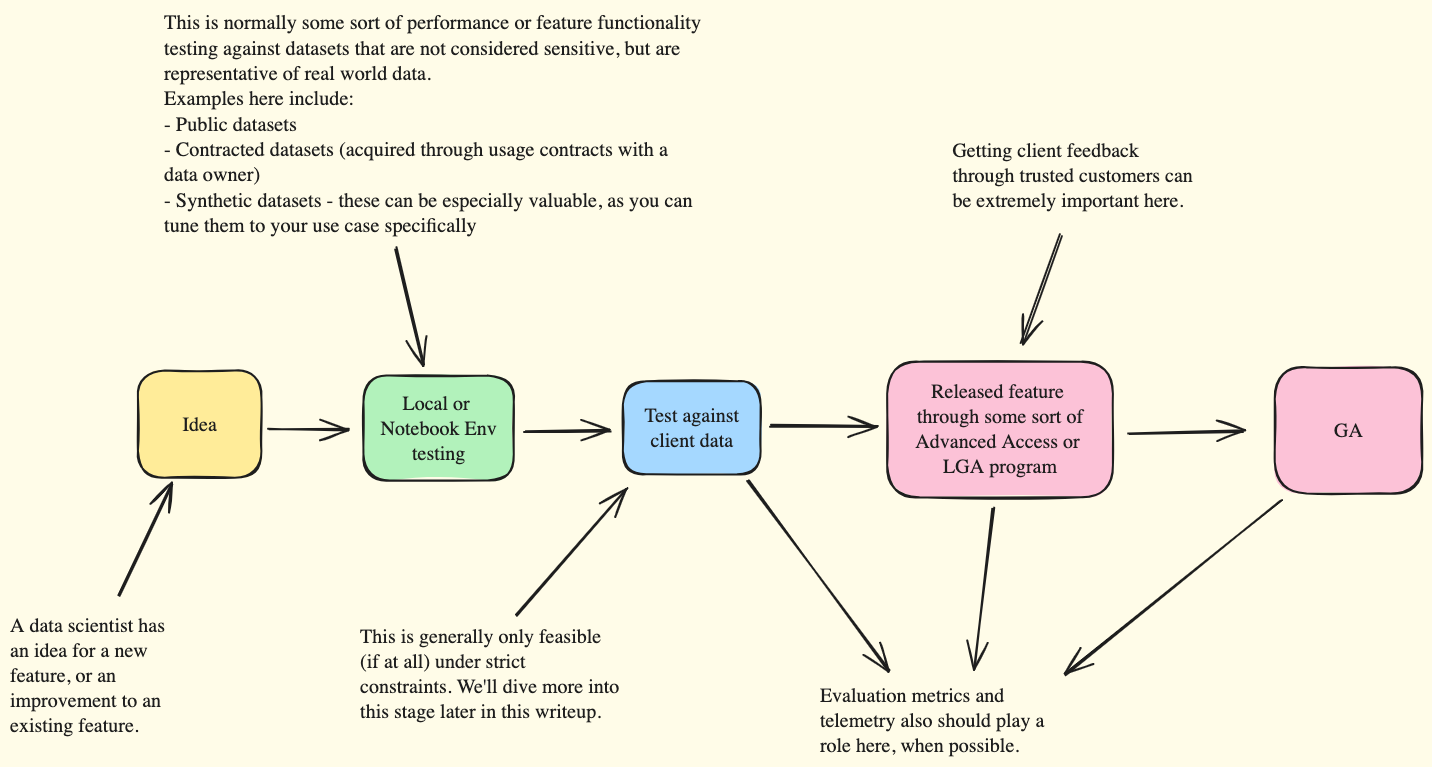
impshell/blog keeps this Excalidraw diagram as mlops/lifecycle.excalidraw.png. Above is the earlier version. Source tidied: one line per element, renumbered; positions are measured from the earlier drawing's top-left corner, leaving out a move shared by most shapes.
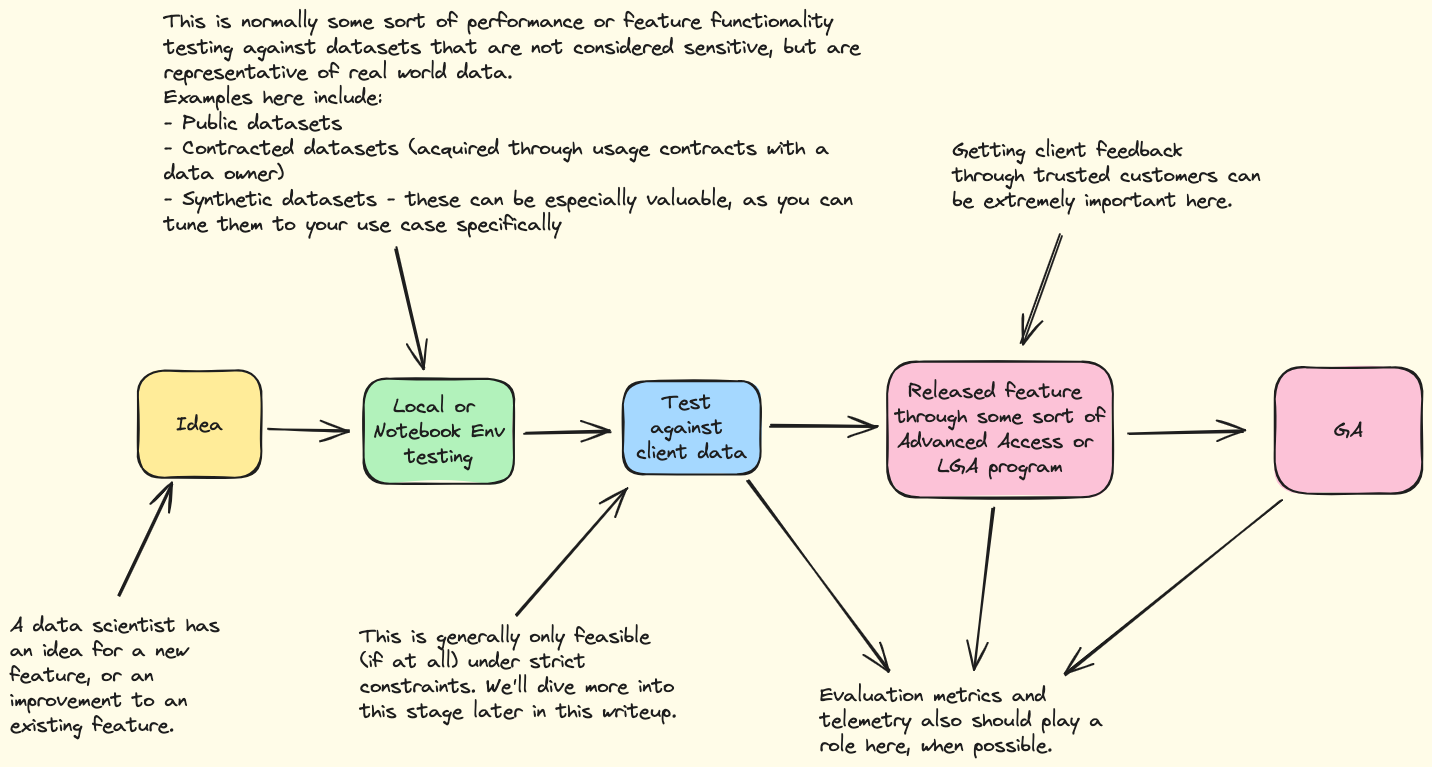
The same file after the commit.

Change to the diagram source:
```diff
@@ -1,26 +1,26 @@
 {"id": 0, "type": "rectangle", "strokeColor": "#1e1e1e", "backgroundColor": "#ffec99", "fillStyle": "solid", "strokeWidth": 2, "roughness": 1, "round": true, "x": 128, "y": 361, "width": 123, "height": 107}
-{"id": 1, "type": "text", "text": "Idea", "strokeColor": "#1e1e1e", "strokeWidth": 2, "roughness": 1, "fontSize": 20, "fontFamily": 5, "textAlign": "center", "verticalAlign": "middle", "inside": 0, "x": 167, "y": 402, "width": 45, "height": 25}
+{"id": 1, "type": "text", "text": "Idea", "strokeColor": "#1e1e1e", "strokeWidth": 2, "roughness": 1, "fontSize": 20, "fontFamily": 1, "textAlign": "center", "verticalAlign": "middle", "inside": 0, "x": 166, "y": 402, "width": 47, "height": 25}
-{"id": 2, "type": "rectangle", "strokeColor": "#1e1e1e", "backgroundColor": "#b2f2bb", "fillStyle": "solid", "strokeWidth": 2, "roughness": 1, "round": true, "x": 353, "y": 366, "width": 150, "height": 105}
+{"id": 2, "type": "rectangle", "strokeColor": "#1e1e1e", "backgroundColor": "#b2f2bb", "fillStyle": "solid", "strokeWidth": 2, "roughness": 1, "round": true, "x": 354, "y": 369, "width": 150, "height": 105}
-{"id": 3, "type": "text", "text": "Local or \nNotebook Env\ntesting", "strokeColor": "#1e1e1e", "backgroundColor": "#b2f2bb", "fillStyle": "solid", "strokeWidth": 2, "roughness": 1, "fontSize": 20, "fontFamily": 5, "textAlign": "center", "verticalAlign": "middle", "inside": 2, "x": 361, "y": 381, "width": 136, "height": 75}
+{"id": 3, "type": "text", "text": "Local or \nNotebook Env\ntesting", "strokeColor": "#1e1e1e", "backgroundColor": "#b2f2bb", "fillStyle": "solid", "strokeWidth": 2, "roughness": 1, "fontSize": 20, "fontFamily": 1, "textAlign": "center", "verticalAlign": "middle", "inside": 2, "x": 363, "y": 384, "width": 132, "height": 75}
-{"id": 4, "type": "arrow", "strokeColor": "#1e1e1e", "backgroundColor": "#b2f2bb", "fillStyle": "solid", "strokeWidth": 2, "roughness": 1, "endArrowhead": "arrow", "round": true, "to": 2, "x": 386, "y": 238, "width": 27, "height": 117, "points": [[0, 0], [27, 117]]}
+{"id": 4, "type": "arrow", "strokeColor": "#1e1e1e", "backgroundColor": "#b2f2bb", "fillStyle": "solid", "strokeWidth": 2, "roughness": 1, "endArrowhead": "arrow", "round": true, "to": 2, "x": 386, "y": 238, "width": 28, "height": 120, "points": [[0, 0], [28, 120]]}
-{"id": 5, "type": "text", "text": "This is normally some sort of performance or feature functionality \ntesting against datasets that are not considered sensitive, but are\nrepresentative of real world data.\nExamples here include:\n- Public datasets\n- Contracted datasets (acquired through usage contracts with a \ndata owner)\n- Synthetic datasets - these can be especially valuable, as you can \ntune them to your use case specifically", "strokeColor": "#1e1e1e", "backgroundColor": "#b2f2bb", "fillStyle": "solid", "strokeWidth": 2, "roughness": 1, "fontSize": 20.26, "fontFamily": 5, "x": 154, "y": 0, "width": 542, "height": 228}
+{"id": 5, "type": "text", "text": "This is normally some sort of performance or feature functionality \ntesting against datasets that are not considered sensitive, but are\nrepresentative of real world data.\nExamples here include:\n- Public datasets\n- Contracted datasets (acquired through usage contracts with a \ndata owner)\n- Synthetic datasets - these can be especially valuable, as you can \ntune them to your use case specifically", "strokeColor": "#1e1e1e", "backgroundColor": "#b2f2bb", "fillStyle": "solid", "strokeWidth": 2, "roughness": 1, "fontSize": 20.26, "fontFamily": 1, "x": 154, "y": 0, "width": 699, "height": 228}
-{"id": 6, "type": "arrow", "strokeColor": "#1e1e1e", "backgroundColor": "#b2f2bb", "fillStyle": "solid", "strokeWidth": 2, "roughness": 1, "endArrowhead": "arrow", "round": true, "from": 0, "to": 2, "x": 259, "y": 418, "width": 79, "height": 1, "points": [[0, 0], [79, 1]]}
+{"id": 6, "type": "arrow", "strokeColor": "#1e1e1e", "backgroundColor": "#b2f2bb", "fillStyle": "solid", "strokeWidth": 2, "roughness": 1, "endArrowhead": "arrow", "round": true, "from": 0, "to": 2, "x": 259, "y": 418, "width": 79, "height": 2, "points": [[0, 0], [79, 2]]}
 {"id": 7, "type": "rectangle", "strokeColor": "#1e1e1e", "backgroundColor": "#a5d8ff", "fillStyle": "solid", "strokeWidth": 2, "roughness": 1, "round": true, "x": 613, "y": 371, "width": 138, "height": 93}
-{"id": 8, "type": "text", "text": "Test against\nclient data", "strokeColor": "#1e1e1e", "backgroundColor": "#a5d8ff", "fillStyle": "solid", "strokeWidth": 2, "roughness": 1, "fontSize": 20, "fontFamily": 5, "textAlign": "center", "verticalAlign": "middle", "inside": 7, "x": 618, "y": 393, "width": 128, "height": 50}
+{"id": 8, "type": "text", "text": "Test \nagainst \nclient data", "strokeColor": "#1e1e1e", "backgroundColor": "#a5d8ff", "fillStyle": "solid", "strokeWidth": 2, "roughness": 1, "fontSize": 20, "fontFamily": 1, "textAlign": "center", "verticalAlign": "middle", "inside": 7, "x": 626, "y": 380, "width": 111, "height": 75}
-{"id": 9, "type": "arrow", "strokeColor": "#1e1e1e", "backgroundColor": "#a5d8ff", "fillStyle": "solid", "strokeWidth": 2, "roughness": 1, "endArrowhead": "arrow", "round": true, "from": 2, "to": 7, "x": 514, "y": 422, "width": 86, "height": 1, "points": [[0, 0], [86, -1]]}
+{"id": 9, "type": "arrow", "strokeColor": "#1e1e1e", "backgroundColor": "#a5d8ff", "fillStyle": "solid", "strokeWidth": 2, "roughness": 1, "endArrowhead": "arrow", "round": true, "from": 2, "to": 7, "x": 515, "y": 423, "width": 86, "height": 2, "points": [[0, 0], [86, -2]]}
 {"id": 10, "type": "arrow", "strokeColor": "#1e1e1e", "backgroundColor": "#a5d8ff", "fillStyle": "solid", "strokeWidth": 2, "roughness": 1, "endArrowhead": "arrow", "round": true, "from": 11, "to": 7, "x": 506, "y": 606, "width": 112, "height": 127, "points": [[0, 0], [112, -127]]}
-{"id": 11, "type": "text", "text": "This is generally only feasible \n(if at all) under strict \nconstraints. We'll dive more into\nthis stage later in this writeup.", "strokeColor": "#1e1e1e", "backgroundColor": "#a5d8ff", "fillStyle": "solid", "strokeWidth": 2, "roughness": 1, "fontSize": 20, "fontFamily": 5, "x": 350, "y": 614, "width": 259, "height": 100}
+{"id": 11, "type": "text", "text": "This is generally only feasible \n(if at all) under strict \nconstraints. We'll dive more into\nthis stage later in this writeup.", "strokeColor": "#1e1e1e", "backgroundColor": "#a5d8ff", "fillStyle": "solid", "strokeWidth": 2, "roughness": 1, "fontSize": 20, "fontFamily": 1, "x": 350, "y": 614, "width": 317, "height": 100}
 {"id": 12, "type": "arrow", "strokeColor": "#1e1e1e", "backgroundColor": "#a5d8ff", "fillStyle": "solid", "strokeWidth": 2, "roughness": 1, "endArrowhead": "arrow", "round": true, "to": 0, "x": 109, "y": 585, "width": 52, "height": 111, "points": [[0, 0], [52, -111]]}
-{"id": 13, "type": "text", "text": "A data scientist has \nan idea for a new \nfeature, or an \nimprovement to an \nexisting feature.", "strokeColor": "#1e1e1e", "backgroundColor": "#a5d8ff", "fillStyle": "solid", "strokeWidth": 2, "roughness": 1, "fontSize": 20, "fontFamily": 5, "x": 0, "y": 603, "width": 160, "height": 125}
+{"id": 13, "type": "text", "text": "A data scientist has \nan idea for a new \nfeature, or an \nimprovement to an \nexisting feature.", "strokeColor": "#1e1e1e", "backgroundColor": "#a5d8ff", "fillStyle": "solid", "strokeWidth": 2, "roughness": 1, "fontSize": 20, "fontFamily": 1, "x": 0, "y": 603, "width": 220, "height": 125}
 {"id": 14, "type": "arrow", "strokeColor": "#1e1e1e", "backgroundColor": "#a5d8ff", "fillStyle": "solid", "strokeWidth": 2, "roughness": 1, "endArrowhead": "arrow", "round": true, "from": 7, "x": 760, "y": 416, "width": 108, "height": 1, "points": [[0, 0], [108, 1]]}
 {"id": 15, "type": "rectangle", "strokeColor": "#1e1e1e", "backgroundColor": "#fcc2d7", "fillStyle": "solid", "strokeWidth": 2, "roughness": 1, "round": true, "x": 877, "y": 352, "width": 226, "height": 136}
-{"id": 16, "type": "text", "text": "Released feature \nthrough some sort of\nAdvanced Access or \nLGA program", "strokeColor": "#1e1e1e", "backgroundColor": "#fcc2d7", "fillStyle": "solid", "strokeWidth": 2, "roughness": 1, "fontSize": 20, "fontFamily": 5, "textAlign": "center", "verticalAlign": "middle", "inside": 15, "x": 884, "y": 369, "width": 212, "height": 100}
+{"id": 16, "type": "text", "text": "Released feature \nthrough some sort of\nAdvanced Access or \nLGA program", "strokeColor": "#1e1e1e", "backgroundColor": "#fcc2d7", "fillStyle": "solid", "strokeWidth": 2, "roughness": 1, "fontSize": 20, "fontFamily": 1, "textAlign": "center", "verticalAlign": "middle", "inside": 15, "x": 885, "y": 369, "width": 210, "height": 100}
 {"id": 17, "type": "arrow", "strokeColor": "#1e1e1e", "backgroundColor": "#fcc2d7", "fillStyle": "solid", "strokeWidth": 2, "roughness": 1, "endArrowhead": "arrow", "round": true, "to": 15, "x": 1050, "y": 225, "width": 39, "height": 108, "points": [[0, 0], [-39, 108]]}
-{"id": 18, "type": "text", "text": "Getting client feedback \nthrough trusted customers can\nbe extremely important here.", "strokeColor": "#1e1e1e", "backgroundColor": "#fcc2d7", "fillStyle": "solid", "strokeWidth": 2, "roughness": 1, "fontSize": 20, "fontFamily": 5, "x": 942, "y": 128, "width": 240, "height": 75}
+{"id": 18, "type": "text", "text": "Getting client feedback \nthrough trusted customers can\nbe extremely important here.", "strokeColor": "#1e1e1e", "backgroundColor": "#fcc2d7", "fillStyle": "solid", "strokeWidth": 2, "roughness": 1, "fontSize": 20, "fontFamily": 1, "x": 942, "y": 128, "width": 308, "height": 75}
-{"id": 19, "type": "text", "text": "Evaluation metrics and \ntelemetry also should play a\nrole here, when possible.", "strokeColor": "#1e1e1e", "backgroundColor": "#fcc2d7", "fillStyle": "solid", "strokeWidth": 2, "roughness": 1, "fontSize": 20, "fontFamily": 5, "x": 810, "y": 673, "width": 224, "height": 75}
+{"id": 19, "type": "text", "text": "Evaluation metrics and \ntelemetry also should play a\nrole here, when possible.", "strokeColor": "#1e1e1e", "backgroundColor": "#fcc2d7", "fillStyle": "solid", "strokeWidth": 2, "roughness": 1, "fontSize": 20, "fontFamily": 1, "x": 810, "y": 673, "width": 283, "height": 75}
 {"id": 20, "type": "arrow", "strokeColor": "#1e1e1e", "backgroundColor": "#fcc2d7", "fillStyle": "solid", "strokeWidth": 2, "roughness": 1, "endArrowhead": "arrow", "round": true, "from": 7, "to": 19, "x": 738, "y": 470, "width": 142, "height": 190, "points": [[0, 0], [142, 190]]}
 {"id": 21, "type": "arrow", "strokeColor": "#1e1e1e", "backgroundColor": "#fcc2d7", "fillStyle": "solid", "strokeWidth": 2, "roughness": 1, "endArrowhead": "arrow", "round": true, "from": 15, "to": 19, "x": 983, "y": 499, "width": 18, "height": 160, "points": [[0, 0], [-18, 160]]}
 {"id": 22, "type": "arrow", "strokeColor": "#1e1e1e", "backgroundColor": "#fcc2d7", "fillStyle": "solid", "strokeWidth": 2, "roughness": 1, "endArrowhead": "arrow", "round": true, "from": 15, "x": 1119, "y": 423, "width": 115, "height": 2, "points": [[0, 0], [115, -2]]}
 {"id": 23, "type": "rectangle", "strokeColor": "#1e1e1e", "backgroundColor": "#fcc2d7", "fillStyle": "solid", "strokeWidth": 2, "roughness": 1, "round": true, "x": 1265, "y": 357, "width": 147, "height": 126}
-{"id": 24, "type": "text", "text": "GA", "strokeColor": "#1e1e1e", "backgroundColor": "#fcc2d7", "fillStyle": "solid", "strokeWidth": 2, "roughness": 1, "fontSize": 20, "fontFamily": 5, "textAlign": "center", "verticalAlign": "middle", "inside": 23, "x": 1324, "y": 408, "width": 29, "height": 25}
+{"id": 24, "type": "text", "text": "GA", "strokeColor": "#1e1e1e", "backgroundColor": "#fcc2d7", "fillStyle": "solid", "strokeWidth": 2, "roughness": 1, "fontSize": 20, "fontFamily": 1, "textAlign": "center", "verticalAlign": "middle", "inside": 23, "x": 1324, "y": 408, "width": 29, "height": 25}
 {"id": 25, "type": "arrow", "strokeColor": "#1e1e1e", "backgroundColor": "#fcc2d7", "fillStyle": "solid", "strokeWidth": 2, "roughness": 1, "endArrowhead": "arrow", "round": true, "from": 23, "to": 19, "x": 1271, "y": 490, "width": 216, "height": 174, "points": [[0, 0], [-216, 174]]}
```
